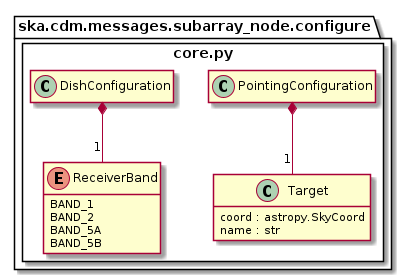
This is docs/src/developer/subarraynode/core.png from ska-telescope/cdm-shared-library, a PlantUML export, as it was before one commit.
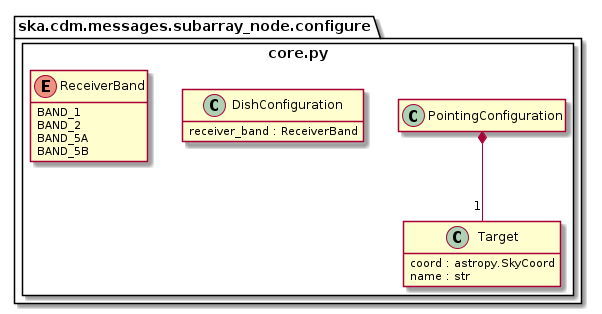
The same file after the commit.

The edit, as a diff of the source:
```diff
@@ -14,8 +14,8 @@
 		PointingConfiguration *-- "1" Target
 
 		class DishConfiguration {
+            receiver_band : ReceiverBand
 		}
-        DishConfiguration *-- "1" ReceiverBand
 
 		enum ReceiverBand {
 			BAND_1
```
